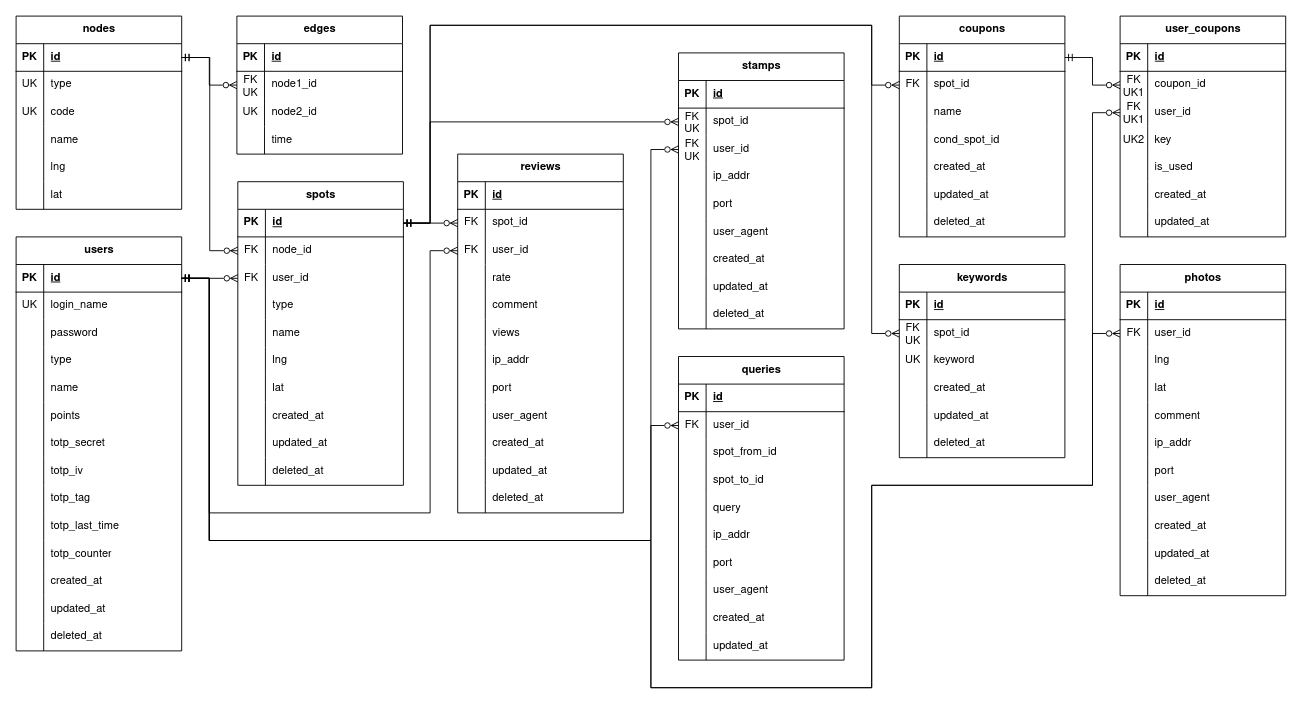
The draw.io diagram docs/figure/gaibu-er.drawio in r02092/se2025, before the edit. Source tidied: cells renumbered, new cells numbered last; positions are measured from the earlier drawing's top-left corner, leaving out a move shared by most shapes. Both pictures are drawn from the tidied source at 92%, with x=0, y=0 at pixel (16, 16).
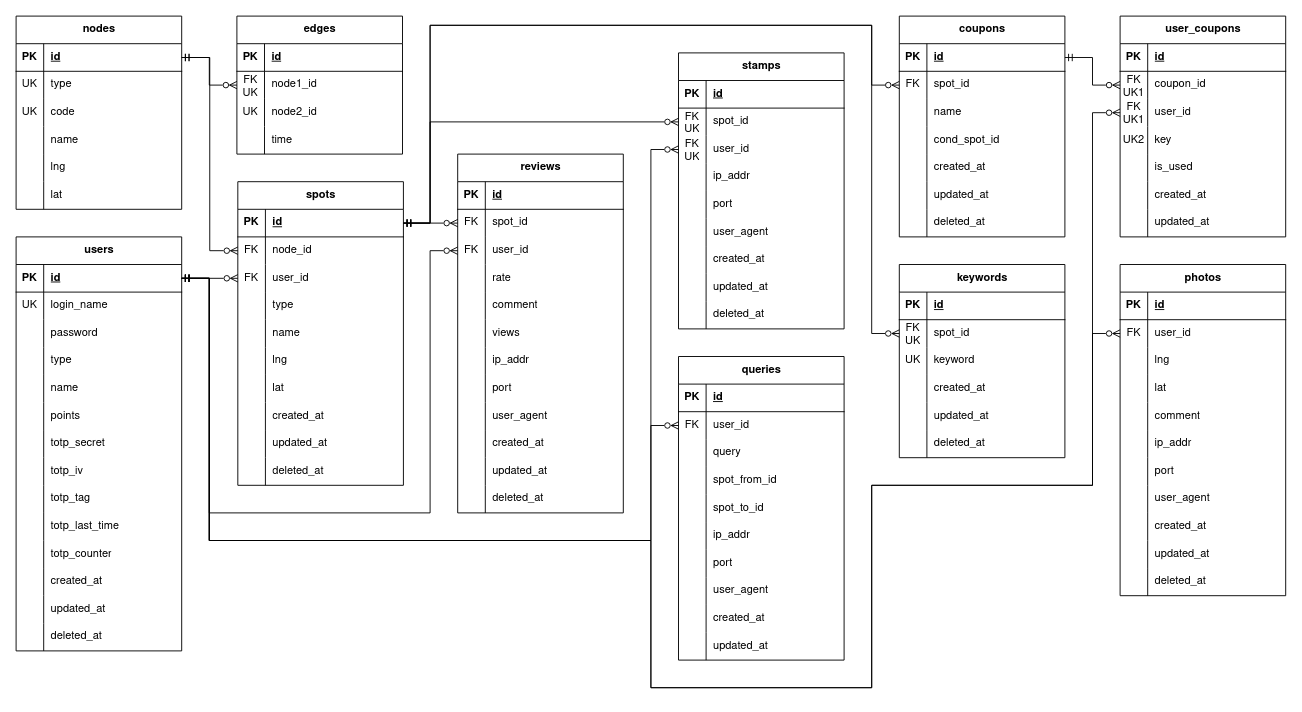
The same page after the edit.

Commit message (it also covers changes not shown here):
queriesテーブルのカラムの順番を変更

The change refers to these unchanged cells:
```xml
<mxCell id="262" value="queries" style="shape=table;startSize=30;childLayout=tableLayout;rowLines=0;fontStyle=1;align=center;html=1;fontFamily=Nimbus Sans;" parent="1" vertex="1">
  <mxGeometry x="720" y="370" width="180" height="330" as="geometry" />
</mxCell>
```

What changed in the source:
```diff
@@
+    <mxCell id="314" style="shape=tableRow;horizontal=0;startSize=0;swimlaneHead=0;swimlaneBody=0;fillColor=none;top=0;left=0;right=0;bottom=0;fontFamily=Nimbus Sans;" parent="262" vertex="1">
+      <mxGeometry y="90" width="180" height="30" as="geometry" />
+    </mxCell>
+    <mxCell id="276" style="shape=partialRectangle;fillColor=none;top=0;left=0;bottom=0;right=0;overflow=hidden;whiteSpace=wrap;html=1;fontFamily=Nimbus Sans;" parent="314" vertex="1">
+      <mxGeometry width="30" height="30" as="geometry" />
+    </mxCell>
+    <mxCell id="277" value="query" style="shape=partialRectangle;fillColor=none;top=0;left=0;bottom=0;right=0;align=left;spacingLeft=6;overflow=hidden;whiteSpace=wrap;html=1;fontFamily=Nimbus Sans;" parent="314" vertex="1">
+      <mxGeometry x="30" width="150" height="30" as="geometry" />
+    </mxCell>
     <mxCell id="269" style="shape=tableRow;horizontal=0;startSize=0;swimlaneHead=0;swimlaneBody=0;fillColor=none;top=0;left=0;right=0;bottom=0;fontFamily=Nimbus Sans;" parent="262" vertex="1">
-      <mxGeometry y="90" width="180" height="30" as="geometry" />
+      <mxGeometry y="120" width="180" height="30" as="geometry" />
     </mxCell>
@@
     <mxCell id="272" style="shape=tableRow;horizontal=0;startSize=0;swimlaneHead=0;swimlaneBody=0;fillColor=none;top=0;left=0;right=0;bottom=0;fontFamily=Nimbus Sans;" parent="262" vertex="1">
-      <mxGeometry y="120" width="180" height="30" as="geometry" />
+      <mxGeometry y="150" width="180" height="30" as="geometry" />
     </mxCell>
@@
-    <mxCell id="275" style="shape=tableRow;horizontal=0;startSize=0;swimlaneHead=0;swimlaneBody=0;fillColor=none;top=0;left=0;right=0;bottom=0;fontFamily=Nimbus Sans;" parent="262" vertex="1">
-      <mxGeometry y="150" width="180" height="30" as="geometry" />
-    </mxCell>
-    <mxCell id="276" style="shape=partialRectangle;fillColor=none;top=0;left=0;bottom=0;right=0;overflow=hidden;whiteSpace=wrap;html=1;fontFamily=Nimbus Sans;" parent="275" vertex="1">
-      <mxGeometry width="30" height="30" as="geometry" />
-    </mxCell>
-    <mxCell id="277" value="query" style="shape=partialRectangle;fillColor=none;top=0;left=0;bottom=0;right=0;align=left;spacingLeft=6;overflow=hidden;whiteSpace=wrap;html=1;fontFamily=Nimbus Sans;" parent="275" vertex="1">
-      <mxGeometry x="30" width="150" height="30" as="geometry" />
-    </mxCell>
```
